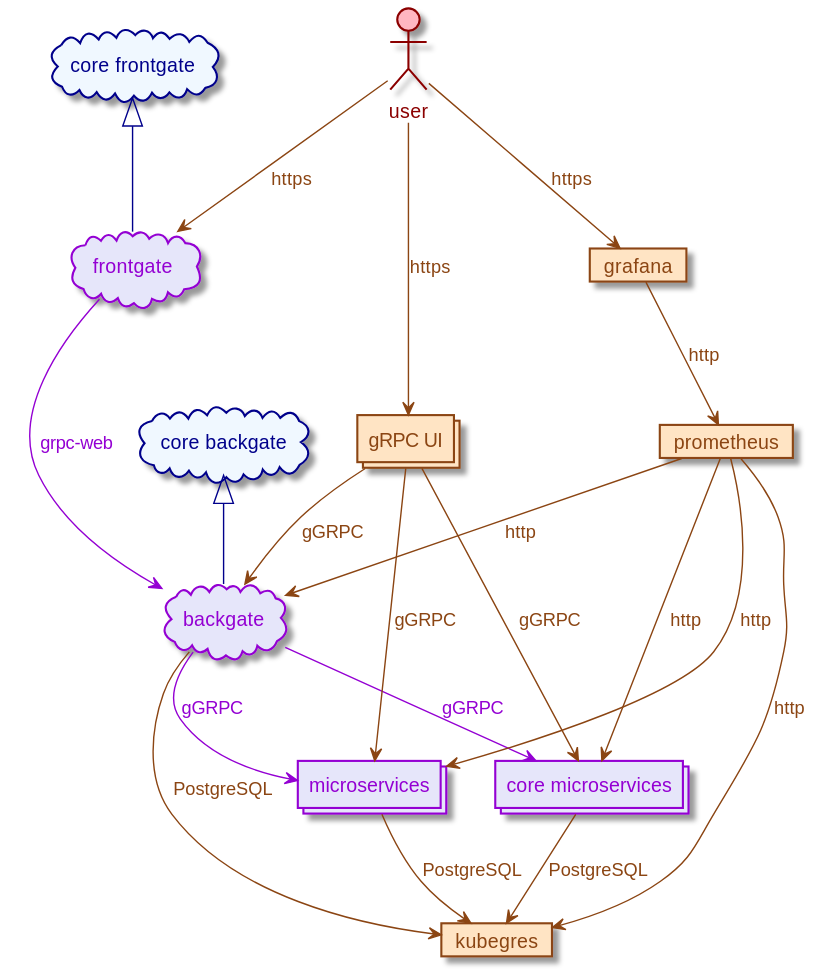
LanDinh/khaleesi-ninja keeps this PlantUML diagram as documentation/images/folder-structure/kubernetes-logical-structure.svg. Above is the earlier version.
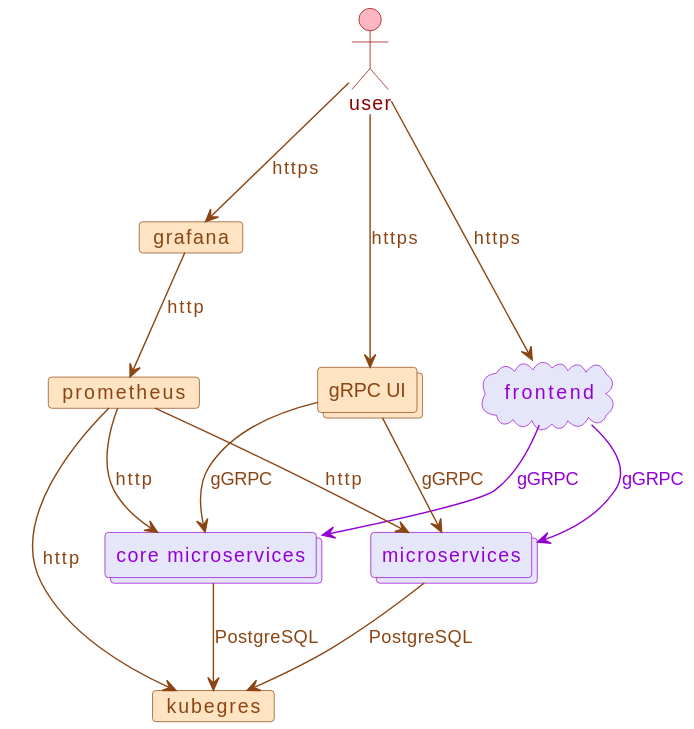
After the commit.

Change to the diagram source:
```diff
@@ -1,12 +1,9 @@
 @startuml
 actor user as user #lightpink;line:darkred;text:darkred
 
-cloud       "frontgate"     as frontgate    #lavender;line:darkviolet;text:darkviolet
-cloud       "backgate"      as backgate     #lavender;line:darkviolet;text:darkviolet
+cloud       "frontend"      as frontend     #lavender;line:darkviolet;text:darkviolet
 collections "microservices" as microservice #lavender;line:darkviolet;text:darkviolet
 
-cloud       "core frontgate"     as core_frontgate    #aliceblue;line:darkblue;text:darkblue
-cloud       "core backgate"      as core_backgate     #aliceblue;line:darkblue;text:darkblue
 collections "core microservices" as core_microservice #lavender;line:darkviolet;text:darkviolet
 
 card        "kubegres"   as kubegres   #bisque;line:saddlebrown;text:saddlebrown
@@ -14,26 +11,19 @@
 card        "grafana"    as grafana    #bisque;line:saddlebrown;text:saddlebrown
 collections "gRPC UI"    as grpcui     #bisque;line:saddlebrown;text:saddlebrown
 
-user      --> frontgate         #saddlebrown;text:saddlebrown : https
-frontgate --> backgate          #darkviolet;text:darkviolet   : "grpc-web"
-backgate  --> core_microservice #darkviolet;text:darkviolet   : gGRPC
-backgate  --> microservice      #darkviolet;text:darkviolet   : gGRPC
+user      --> frontend          #saddlebrown;text:saddlebrown : https
+frontend  --> core_microservice #darkviolet;text:darkviolet   : gGRPC
+frontend  --> microservice      #darkviolet;text:darkviolet   : gGRPC
 
-core_frontgate ^-- frontgate #darkblue
-core_backgate  ^-- backgate  #darkblue
-
-backgate          --> kubegres #saddlebrown;text:saddlebrown : PostgreSQL
 microservice      --> kubegres #saddlebrown;text:saddlebrown : PostgreSQL
 core_microservice --> kubegres #saddlebrown;text:saddlebrown : PostgreSQL
 
 user   --> grpcui            #saddlebrown;text:saddlebrown : https
-grpcui --> backgate          #saddlebrown;text:saddlebrown : gGRPC
 grpcui --> microservice      #saddlebrown;text:saddlebrown : gGRPC
 grpcui --> core_microservice #saddlebrown;text:saddlebrown : gGRPC
 
 user       --> grafana           #saddlebrown;text:saddlebrown : https
 grafana    --> prometheus        #saddlebrown;text:saddlebrown : http
-prometheus --> backgate          #saddlebrown;text:saddlebrown : http
 prometheus --> microservice      #saddlebrown;text:saddlebrown : http
 prometheus --> core_microservice #saddlebrown;text:saddlebrown : http
 prometheus --> kubegres          #saddlebrown;text:saddlebrown : http
```
